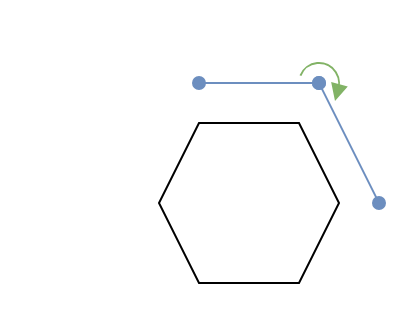
The draw.io diagram page "Avoidance strategy" (2 of 5) of Code/localnav/diagrams.drawio in kaelmurphy/Micro-452-Project, before the edit. Source tidied: cells renumbered, new cells numbered last; positions are measured from the earlier drawing's top-left corner, leaving out a move shared by most shapes. Both pictures are drawn from the tidied source at 200%, with x=0, y=0 at pixel (158, 62).
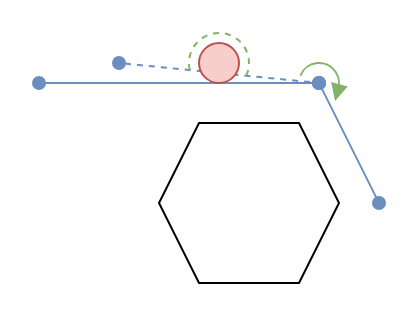
The same page after the edit.

The edit, as a diff of the source:
```diff
@@
 <mxGraphModel>
   <root>
     <mxCell id="0" />
     <mxCell id="1" parent="0" />
     <mxCell id="2" style="shape=hexagon;perimeter=hexagonPerimeter2;whiteSpace=wrap;html=1;fixedSize=1;" parent="1" vertex="1">
       <mxGeometry y="30" width="90" height="80" as="geometry" />
     </mxCell>
     <mxCell id="3" style="endArrow=oval;html=1;rounded=0;startArrow=oval;startFill=1;endFill=1;fillColor=#dae8fc;strokeColor=#6c8ebf;" parent="1" edge="1">
       <mxGeometry relative="1" as="geometry">
-        <mxPoint x="20" y="10" as="sourcePoint" />
+        <mxPoint x="-60" y="10" as="sourcePoint" />
         <mxPoint x="80" y="10" as="targetPoint" />
       </mxGeometry>
     </mxCell>
     <mxCell id="4" style="endArrow=oval;html=1;rounded=0;startArrow=oval;startFill=1;endFill=1;fillColor=#dae8fc;strokeColor=#6c8ebf;" parent="1" edge="1">
       <mxGeometry relative="1" as="geometry">
         <mxPoint x="80" y="10" as="sourcePoint" />
         <mxPoint x="110" y="70" as="targetPoint" />
       </mxGeometry>
     </mxCell>
     <mxCell id="5" style="verticalLabelPosition=bottom;verticalAlign=top;html=1;shape=mxgraph.basic.arc;startAngle=0.8105594707954217;endAngle=0.3336147349044436;fillColor=#d5e8d4;strokeColor=#82b366;" parent="1" vertex="1">
       <mxGeometry x="70" width="20" height="20" as="geometry" />
     </mxCell>
     <mxCell id="6" style="endArrow=block;html=1;rounded=0;endFill=1;fillColor=#d5e8d4;strokeColor=#82b366;exitX=0.96;exitY=0.726;exitDx=0;exitDy=0;exitPerimeter=0;" parent="1" edge="1" source="5">
       <mxGeometry relative="1" as="geometry">
         <mxPoint x="88" y="19" as="targetPoint" />
       </mxGeometry>
     </mxCell>
+    <mxCell id="7" style="endArrow=oval;html=1;rounded=0;startArrow=oval;startFill=1;endFill=1;fillColor=#dae8fc;strokeColor=#6c8ebf;dashed=1;" parent="1" edge="1">
+      <mxGeometry relative="1" as="geometry">
+        <mxPoint x="-20" as="sourcePoint" />
+        <mxPoint x="80" y="10" as="targetPoint" />
+      </mxGeometry>
+    </mxCell>
+    <mxCell id="8" style="verticalLabelPosition=bottom;verticalAlign=top;html=1;shape=mxgraph.basic.arc;startAngle=0.7125118519977893;endAngle=0.3146325133612693;fillColor=#d5e8d4;strokeColor=#82b366;dashed=1;" parent="1" vertex="1">
+      <mxGeometry x="15" y="-15" width="30" height="30" as="geometry" />
+    </mxCell>
+    <mxCell id="9" style="ellipse;whiteSpace=wrap;html=1;fillColor=#f8cecc;strokeColor=#b85450;" parent="1" vertex="1">
+      <mxGeometry x="20" y="-10" width="20" height="20" as="geometry" />
+    </mxCell>
   </root>
 </mxGraphModel>
```
